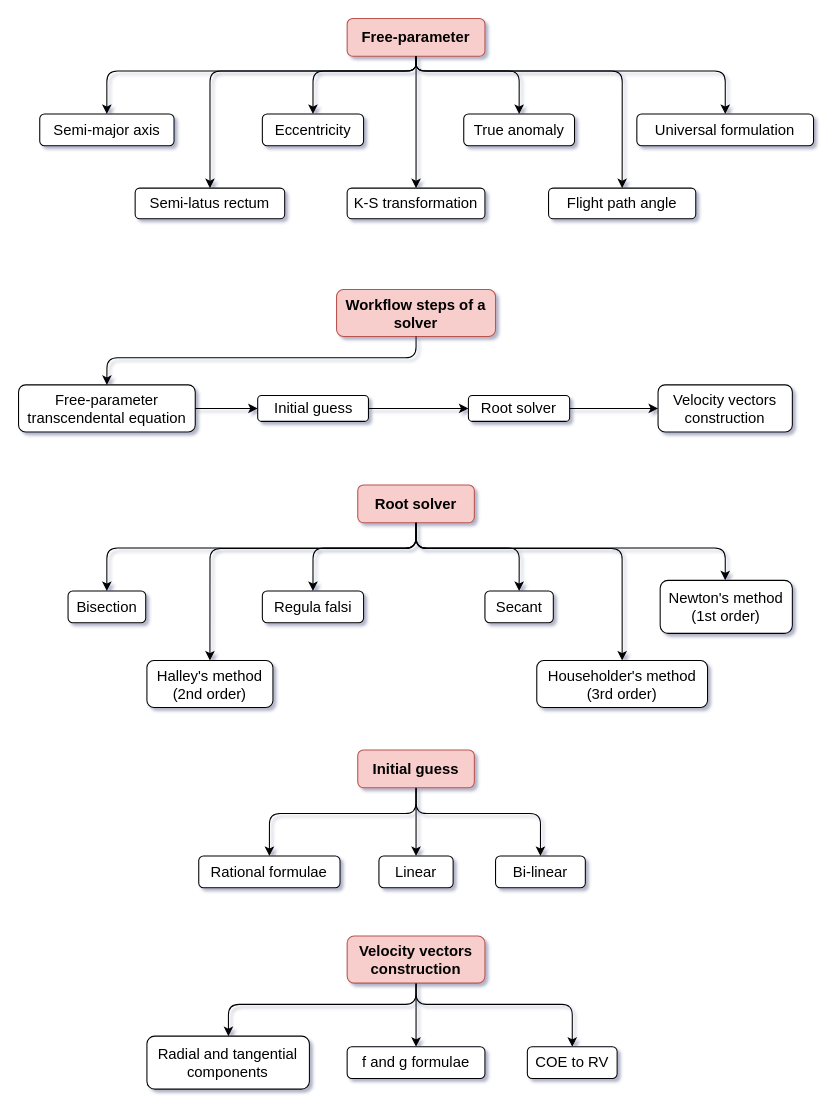
jorgepiloto/tfm keeps this draw.io diagram as page "Solver workflow" (1 of 2) of fig/static/diagrams.drawio. Above is the earlier version. Source tidied: cells renumbered, new cells numbered last; positions are measured from the earlier drawing's top-left corner, leaving out a move shared by most shapes. Both pictures are drawn from the tidied source at 106%, with x=0, y=0 at pixel (18, 18).
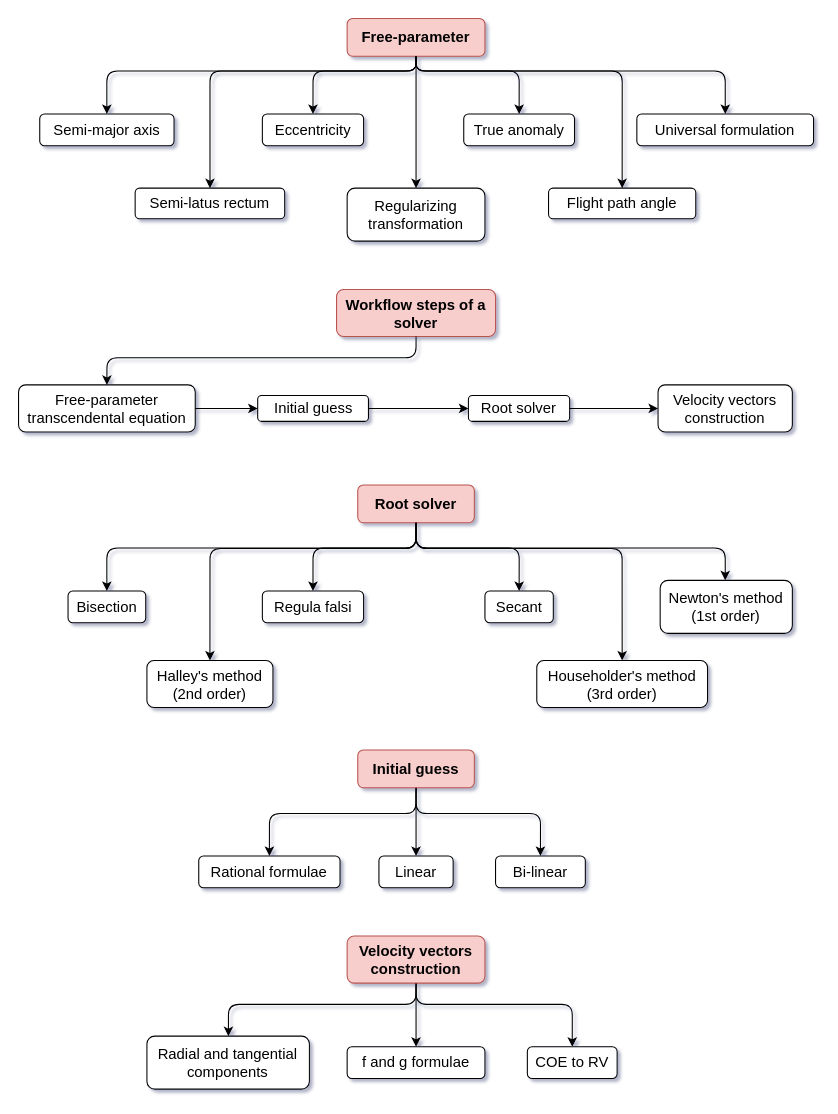
The same diagram, later.

Change to the diagram source:
```diff
@@
-    <mxCell id="13" value="K-S transformation" style="whiteSpace=wrap;html=1;fontSize=14;glass=0;strokeWidth=1;shadow=0;rounded=1;" parent="1" vertex="1">
-      <mxGeometry x="310" y="160" width="130" height="28.9" as="geometry" />
+    <mxCell id="13" value="&lt;div&gt;Regularizing&lt;/div&gt;&lt;div&gt;transformation&lt;br&gt;&lt;/div&gt;" style="whiteSpace=wrap;html=1;fontSize=14;glass=0;strokeWidth=1;shadow=0;rounded=1;" parent="1" vertex="1">
+      <mxGeometry x="310" y="160" width="130" height="50" as="geometry" />
     </mxCell>
```
